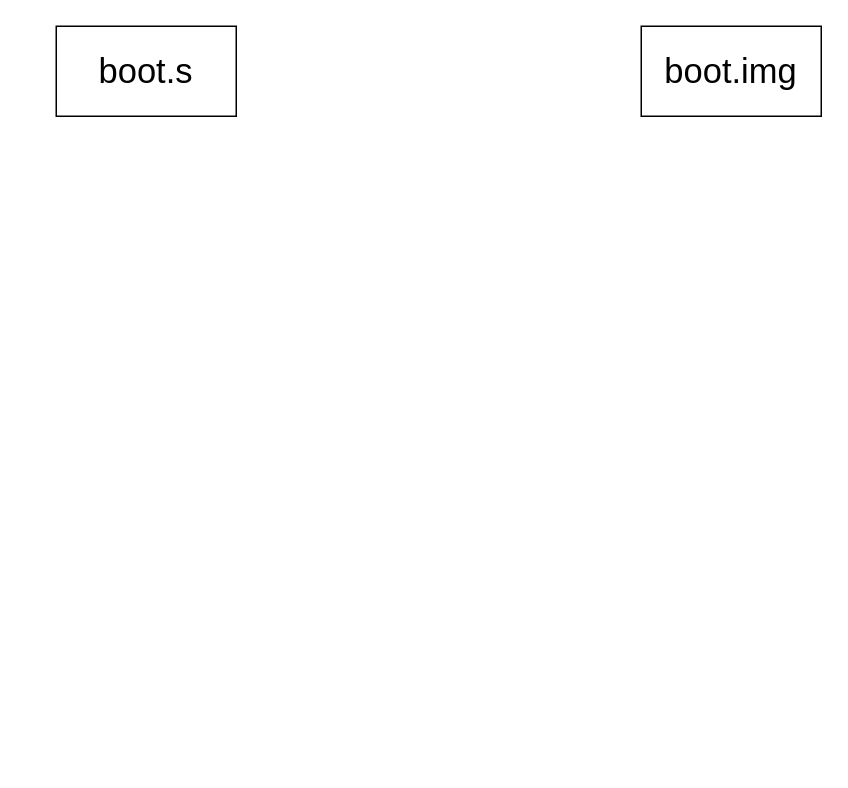
wbzzx-bb/wb-linux keeps this draw.io diagram as grub源码阅读.drawio. Above is the earlier version. Source tidied: cells renumbered, new cells numbered last; positions are measured from the earlier drawing's top-left corner, leaving out a move shared by most shapes. Both pictures are drawn from the tidied source at 150%, with x=0, y=0 at pixel (56, 26).
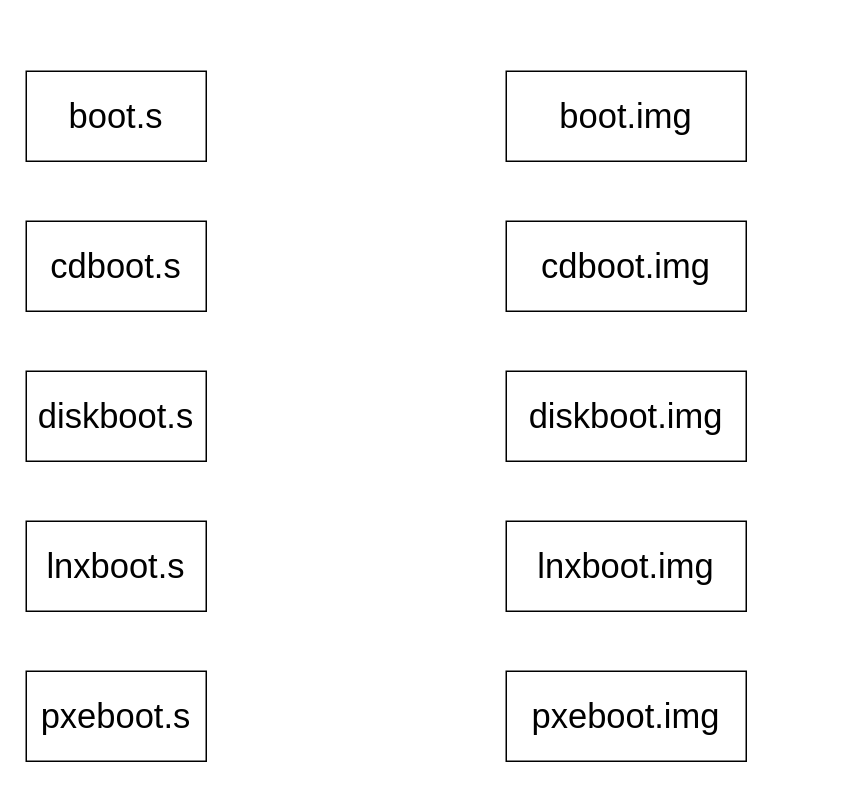
After the change.

Commit message (it also covers changes not shown here):
更新grub源码阅读.drawio

Diff of the diagram source:
```diff
@@
 <mxGraphModel>
   <root>
     <mxCell id="0" />
     <mxCell id="1" parent="0" />
     <mxCell id="2" value="&lt;font style=&quot;font-size: 23px;&quot;&gt;boot.s&lt;/font&gt;" style="rounded=0;whiteSpace=wrap;html=1;" parent="1" vertex="1">
-      <mxGeometry width="120" height="60" as="geometry" />
+      <mxGeometry x="-20" y="30" width="120" height="60" as="geometry" />
     </mxCell>
     <mxCell id="3" value="&lt;font style=&quot;font-size: 23px;&quot;&gt;boot.img&lt;/font&gt;" style="rounded=0;whiteSpace=wrap;html=1;" parent="1" vertex="1">
-      <mxGeometry x="390" width="120" height="60" as="geometry" />
+      <mxGeometry x="300" y="30" width="160" height="60" as="geometry" />
     </mxCell>
+    <mxCell id="4" value="&lt;font style=&quot;font-size: 23px;&quot;&gt;cdboot.s&lt;/font&gt;" style="rounded=0;whiteSpace=wrap;html=1;" parent="1" vertex="1">
+      <mxGeometry x="-20" y="130" width="120" height="60" as="geometry" />
+    </mxCell>
+    <mxCell id="5" value="&lt;font style=&quot;font-size: 23px;&quot;&gt;diskboot.s&lt;/font&gt;" style="rounded=0;whiteSpace=wrap;html=1;" parent="1" vertex="1">
+      <mxGeometry x="-20" y="230" width="120" height="60" as="geometry" />
+    </mxCell>
+    <mxCell id="6" value="&lt;font style=&quot;font-size: 23px;&quot;&gt;lnxboot.s&lt;/font&gt;" style="rounded=0;whiteSpace=wrap;html=1;" parent="1" vertex="1">
+      <mxGeometry x="-20" y="330" width="120" height="60" as="geometry" />
+    </mxCell>
+    <mxCell id="7" value="&lt;font style=&quot;font-size: 23px;&quot;&gt;pxeboot.s&lt;/font&gt;" style="rounded=0;whiteSpace=wrap;html=1;" parent="1" vertex="1">
+      <mxGeometry x="-20" y="430" width="120" height="60" as="geometry" />
+    </mxCell>
+    <mxCell id="8" value="&lt;font style=&quot;font-size: 23px;&quot;&gt;cdboot.img&lt;/font&gt;" style="rounded=0;whiteSpace=wrap;html=1;" parent="1" vertex="1">
+      <mxGeometry x="300" y="130" width="160" height="60" as="geometry" />
+    </mxCell>
+    <mxCell id="9" value="&lt;font style=&quot;font-size: 23px;&quot;&gt;diskboot.img&lt;/font&gt;" style="rounded=0;whiteSpace=wrap;html=1;" parent="1" vertex="1">
+      <mxGeometry x="300" y="230" width="160" height="60" as="geometry" />
+    </mxCell>
+    <mxCell id="10" value="&lt;font style=&quot;font-size: 23px;&quot;&gt;lnxboot.img&lt;/font&gt;" style="rounded=0;whiteSpace=wrap;html=1;" parent="1" vertex="1">
+      <mxGeometry x="300" y="330" width="160" height="60" as="geometry" />
+    </mxCell>
+    <mxCell id="11" value="&lt;font style=&quot;font-size: 23px;&quot;&gt;pxeboot.img&lt;/font&gt;" style="rounded=0;whiteSpace=wrap;html=1;" parent="1" vertex="1">
+      <mxGeometry x="300" y="430" width="160" height="60" as="geometry" />
+    </mxCell>
   </root>
 </mxGraphModel>
```
